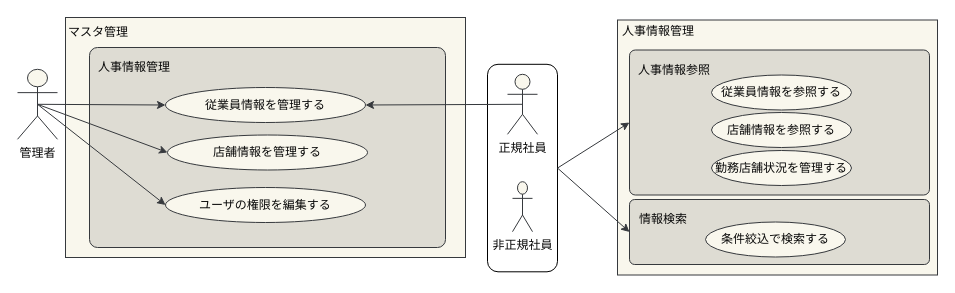
This is page "人事管理_ユースケース図" (1 of 3) of 各種設計書/2ユースケース図_済/ユースケース図.drawio from HaruShim/Sotuken, a draw.io file, before an edit. Source tidied: cells renumbered, new cells numbered last; positions are measured from the earlier drawing's top-left corner, leaving out a move shared by most shapes. Both pictures are drawn from the tidied source at 100%, with x=0, y=0 at pixel (17, 17).
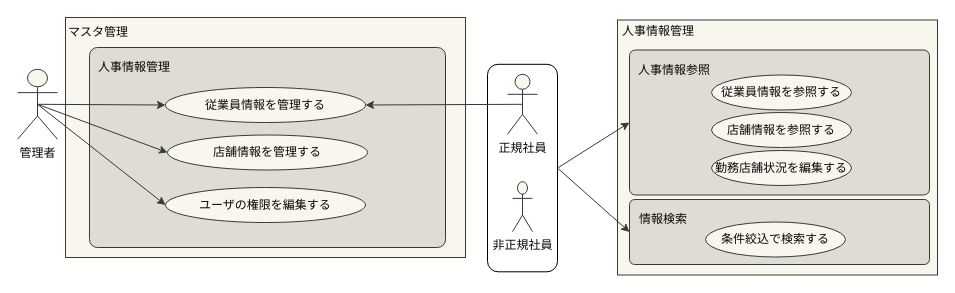
Above is the later version.

The edit, as a diff of the source:
```diff
@@
-    <mxCell id="19" value="勤務店舗状況を管理する" style="ellipse;whiteSpace=wrap;html=1;strokeColor=#36393d;fillColor=#f9f7ed;fontColor=#080808;" parent="1" vertex="1">
+    <mxCell id="19" value="勤務店舗状況を編集する" style="ellipse;whiteSpace=wrap;html=1;strokeColor=#36393d;fillColor=#f9f7ed;fontColor=#080808;" parent="1" vertex="1">
       <mxGeometry x="694" y="133" width="140" height="35" as="geometry" />
     </mxCell>
```
